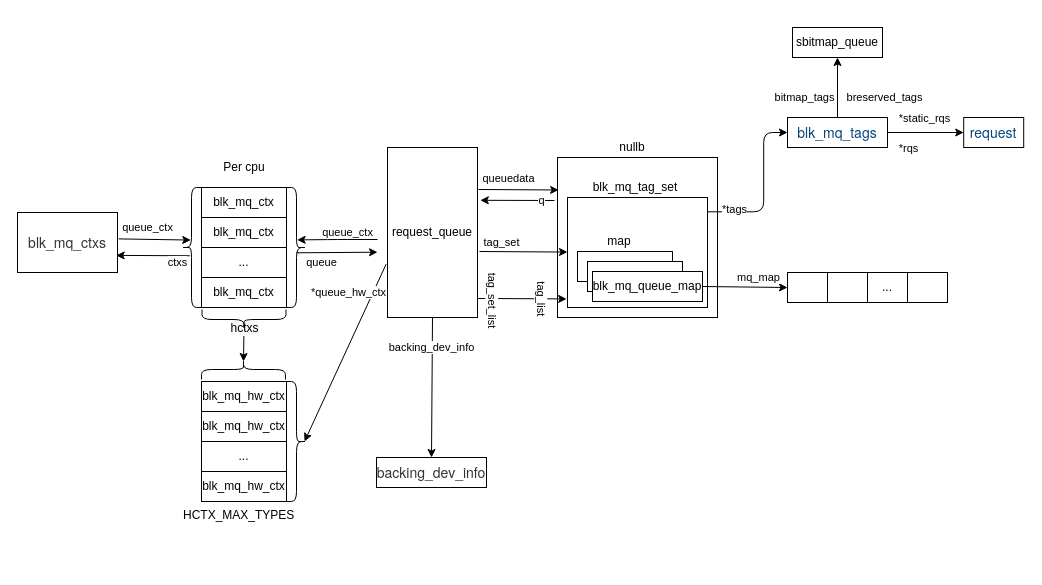
The draw.io diagram block.drawio in jasonactions/graph, before the edit. Source tidied: cells renumbered, new cells numbered last; positions are measured from the earlier drawing's top-left corner, leaving out a move shared by most shapes. Both pictures are drawn from the tidied source at 100%, with x=0, y=0 at pixel (17, 27).
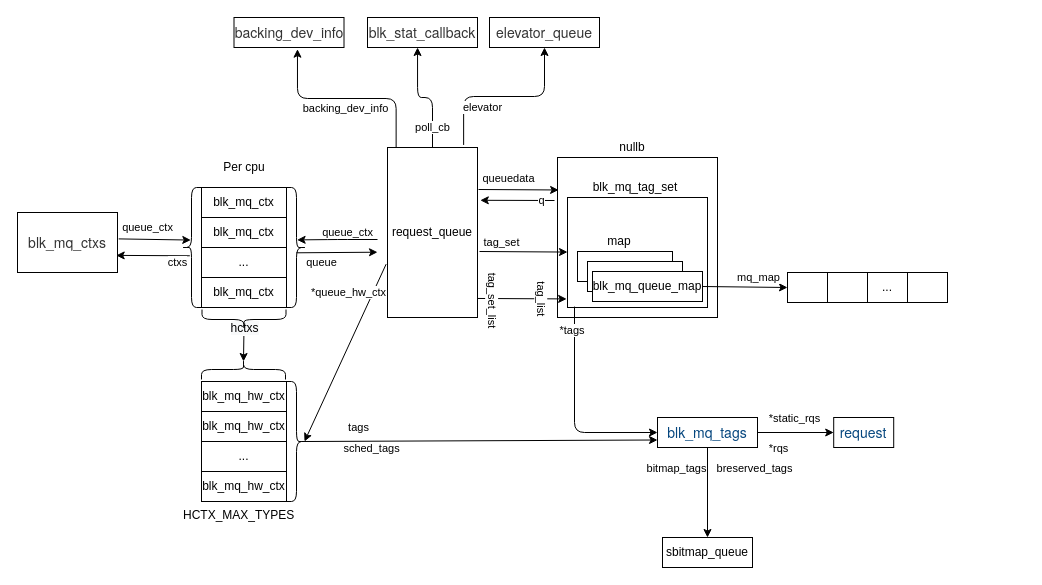
After the change.

The change refers to these unchanged cells:
```xml
<mxCell id="6" style="rounded=0;whiteSpace=wrap;html=1;" parent="1" vertex="1">
  <mxGeometry x="550" y="170" width="140" height="110" as="geometry" />
</mxCell>
<mxCell id="29" value="request_queue" style="rounded=0;whiteSpace=wrap;html=1;" parent="1" vertex="1">
  <mxGeometry x="370" y="120" width="90" height="170" as="geometry" />
</mxCell>
<mxCell id="42" style="shape=curlyBracket;whiteSpace=wrap;html=1;rounded=1;rotation=-180;" parent="1" vertex="1">
  <mxGeometry x="269" y="354" width="20" height="120" as="geometry" />
</mxCell>
```

The edit, as a diff of the source:
```diff
@@
     <mxCell id="3" value="&lt;font color=&quot;#05467e&quot; face=&quot;helvetica neue, helvetica, arial, pingfang sc, hiragino sans gb, wenquanyi micro hei, microsoft yahei, sans-serif&quot;&gt;&lt;span style=&quot;font-size: 14px&quot;&gt;blk_mq_tags&lt;/span&gt;&lt;/font&gt;" style="rounded=0;whiteSpace=wrap;html=1;" parent="1" vertex="1">
-      <mxGeometry x="770" y="90" width="100" height="30" as="geometry" />
+      <mxGeometry x="640" y="390" width="100" height="30" as="geometry" />
     </mxCell>
@@
-    <mxCell id="19" style="edgeStyle=elbowEdgeStyle;elbow=horizontal;endArrow=classic;html=1;exitX=0.998;exitY=0.13;exitDx=0;exitDy=0;exitPerimeter=0;entryX=0;entryY=0.5;entryDx=0;entryDy=0;" parent="1" edge="1" source="6" target="3">
-      <mxGeometry relative="1" as="geometry">
-        <Array as="points">
-          <mxPoint x="746.2" y="140" />
-        </Array>
-      </mxGeometry>
-    </mxCell>
-    <mxCell id="20" value="*tags" style="edgeLabel;html=1;align=center;verticalAlign=middle;" parent="19" vertex="1">
-      <mxGeometry x="-0.71" y="1" relative="1" as="geometry">
-        <mxPoint x="4.1" y="-2" as="offset" />
-      </mxGeometry>
-    </mxCell>
     <mxCell id="21" value="&lt;font color=&quot;#05467e&quot; face=&quot;helvetica neue, helvetica, arial, pingfang sc, hiragino sans gb, wenquanyi micro hei, microsoft yahei, sans-serif&quot;&gt;&lt;span style=&quot;font-size: 14px&quot;&gt;request&lt;/span&gt;&lt;/font&gt;" style="rounded=0;whiteSpace=wrap;html=1;" parent="1" vertex="1">
-      <mxGeometry x="946.2" y="90" width="60" height="30" as="geometry" />
+      <mxGeometry x="816.2" y="390" width="60" height="30" as="geometry" />
     </mxCell>
@@
     <mxCell id="24" value="*rqs" style="edgeLabel;html=1;align=center;verticalAlign=middle;" parent="1" vertex="1">
-      <mxGeometry x="890" y="120" as="geometry" />
+      <mxGeometry x="760" y="420" as="geometry" />
     </mxCell>
     <mxCell id="25" value="sbitmap_queue" style="rounded=0;whiteSpace=wrap;html=1;" parent="1" vertex="1">
-      <mxGeometry x="775" width="90" height="30" as="geometry" />
+      <mxGeometry x="645" y="510" width="90" height="30" as="geometry" />
     </mxCell>
-    <mxCell id="26" style="endArrow=classic;html=1;exitX=0.5;exitY=0;exitDx=0;exitDy=0;entryX=0.5;entryY=1;entryDx=0;entryDy=0;" parent="1" edge="1" source="3" target="25">
-      <mxGeometry relative="1" as="geometry" />
+    <mxCell id="26" style="endArrow=classic;html=1;" parent="1" edge="1">
+      <mxGeometry relative="1" as="geometry">
+        <mxPoint x="690" y="420" as="sourcePoint" />
+        <mxPoint x="690" y="510" as="targetPoint" />
+      </mxGeometry>
     </mxCell>
     <mxCell id="27" value="bitmap_tags" style="edgeLabel;html=1;align=center;verticalAlign=middle;" parent="26" vertex="1">
       <mxGeometry x="-0.6" y="1" relative="1" as="geometry">
-        <mxPoint x="-32.8" y="-8.3" as="offset" />
+        <mxPoint x="-32.8" y="2.5" as="offset" />
       </mxGeometry>
     </mxCell>
     <mxCell id="28" value="breserved_tags" style="edgeLabel;html=1;align=center;verticalAlign=middle;" parent="26" vertex="1">
       <mxGeometry x="-0.6" relative="1" as="geometry">
-        <mxPoint x="46.2" y="-8.3" as="offset" />
+        <mxPoint x="46.2" y="2.5" as="offset" />
       </mxGeometry>
     </mxCell>
@@
     <mxCell id="58" value="&lt;font color=&quot;#333333&quot; face=&quot;helvetica neue, helvetica, arial, pingfang sc, hiragino sans gb, wenquanyi micro hei, microsoft yahei, sans-serif&quot;&gt;&lt;span style=&quot;font-size: 14px&quot;&gt;backing_dev_info&lt;/span&gt;&lt;/font&gt;" style="rounded=0;whiteSpace=wrap;html=1;" parent="1" vertex="1">
-      <mxGeometry x="359" y="430" width="110" height="30" as="geometry" />
+      <mxGeometry x="216.5" y="-10" width="110" height="30" as="geometry" />
     </mxCell>
-    <mxCell id="59" style="endArrow=classic;html=1;exitX=0.5;exitY=1;exitDx=0;exitDy=0;entryX=0.5;entryY=0;entryDx=0;entryDy=0;" parent="1" edge="1" source="29" target="58">
-      <mxGeometry relative="1" as="geometry" />
-    </mxCell>
-    <mxCell id="60" value="backing_dev_info" style="edgeLabel;html=1;align=center;verticalAlign=middle;" parent="59" vertex="1">
-      <mxGeometry x="-0.18" y="2" relative="1" as="geometry">
-        <mxPoint x="-2.6" y="-27.5" as="offset" />
-      </mxGeometry>
-    </mxCell>
@@
+    <mxCell id="19" style="edgeStyle=elbowEdgeStyle;elbow=vertical;endArrow=classic;html=1;exitX=0.05;exitY=0.992;exitDx=0;exitDy=0;exitPerimeter=0;entryX=0;entryY=0.5;entryDx=0;entryDy=0;" parent="1" edge="1" source="6" target="3">
+      <mxGeometry relative="1" as="geometry">
+        <Array as="points">
+          <mxPoint x="600" y="405" />
+        </Array>
+      </mxGeometry>
+    </mxCell>
+    <mxCell id="20" value="*tags&amp;nbsp;" style="edgeLabel;html=1;align=center;verticalAlign=middle;" parent="19" vertex="1">
+      <mxGeometry x="-0.78" y="-2" relative="1" as="geometry" />
+    </mxCell>
+    <mxCell id="68" style="endArrow=classic;html=1;exitX=0.1;exitY=0.5;exitDx=0;exitDy=0;exitPerimeter=0;entryX=0;entryY=0.75;entryDx=0;entryDy=0;" parent="1" edge="1" source="42" target="3">
+      <mxGeometry relative="1" as="geometry" />
+    </mxCell>
+    <mxCell id="69" value="tags&lt;br&gt;" style="edgeLabel;html=1;align=center;verticalAlign=middle;" parent="68" vertex="1">
+      <mxGeometry x="-0.82" relative="1" as="geometry">
+        <mxPoint x="21.3" y="-13.9" as="offset" />
+      </mxGeometry>
+    </mxCell>
+    <mxCell id="70" value="sched_tags" style="edgeLabel;html=1;align=center;verticalAlign=middle;" parent="68" vertex="1">
+      <mxGeometry x="-0.62" y="1" relative="1" as="geometry">
+        <mxPoint y="7.3" as="offset" />
+      </mxGeometry>
+    </mxCell>
+    <mxCell id="71" value="&lt;font color=&quot;#333333&quot; face=&quot;helvetica neue, helvetica, arial, pingfang sc, hiragino sans gb, wenquanyi micro hei, microsoft yahei, sans-serif&quot;&gt;&lt;span style=&quot;font-size: 14px&quot;&gt;elevator_queue&lt;/span&gt;&lt;/font&gt;" style="rounded=0;whiteSpace=wrap;html=1;" parent="1" vertex="1">
+      <mxGeometry x="472" y="-10" width="110" height="30" as="geometry" />
+    </mxCell>
+    <mxCell id="72" style="edgeStyle=elbowEdgeStyle;elbow=vertical;endArrow=classic;html=1;entryX=0.5;entryY=1;entryDx=0;entryDy=0;exitX=0.846;exitY=-0.015;exitDx=0;exitDy=0;exitPerimeter=0;" parent="1" edge="1" source="29" target="71">
+      <mxGeometry relative="1" as="geometry" />
+    </mxCell>
+    <mxCell id="73" value="elevator" style="edgeLabel;html=1;align=center;verticalAlign=middle;" parent="72" vertex="1">
+      <mxGeometry x="0.29" y="-2" relative="1" as="geometry">
+        <mxPoint x="-48.3" y="8" as="offset" />
+      </mxGeometry>
+    </mxCell>
+    <mxCell id="59" style="edgeStyle=elbowEdgeStyle;elbow=vertical;endArrow=classic;html=1;entryX=0.577;entryY=1.056;entryDx=0;entryDy=0;entryPerimeter=0;exitX=0.096;exitY=0;exitDx=0;exitDy=0;exitPerimeter=0;" parent="1" edge="1" source="29" target="58">
+      <mxGeometry relative="1" as="geometry" />
+    </mxCell>
+    <mxCell id="60" value="backing_dev_info" style="edgeLabel;html=1;align=center;verticalAlign=middle;" parent="59" vertex="1">
+      <mxGeometry x="-0.22" y="-2" relative="1" as="geometry">
+        <mxPoint x="-23.3" y="11.2" as="offset" />
+      </mxGeometry>
+    </mxCell>
+    <mxCell id="74" value="&lt;font color=&quot;#333333&quot; face=&quot;helvetica neue, helvetica, arial, pingfang sc, hiragino sans gb, wenquanyi micro hei, microsoft yahei, sans-serif&quot;&gt;&lt;span style=&quot;font-size: 14px&quot;&gt;blk_stat_callback&lt;/span&gt;&lt;/font&gt;" style="rounded=0;whiteSpace=wrap;html=1;" parent="1" vertex="1">
+      <mxGeometry x="350" y="-10" width="110" height="30" as="geometry" />
+    </mxCell>
+    <mxCell id="75" style="edgeStyle=elbowEdgeStyle;elbow=vertical;endArrow=classic;html=1;exitX=0.5;exitY=0;exitDx=0;exitDy=0;entryX=0.455;entryY=1;entryDx=0;entryDy=0;entryPerimeter=0;" parent="1" edge="1" source="29" target="74">
+      <mxGeometry relative="1" as="geometry" />
+    </mxCell>
+    <mxCell id="76" value="poll_cb" style="edgeLabel;html=1;align=center;verticalAlign=middle;" parent="75" vertex="1">
+      <mxGeometry x="-0.63" y="1" relative="1" as="geometry" />
+    </mxCell>
```
